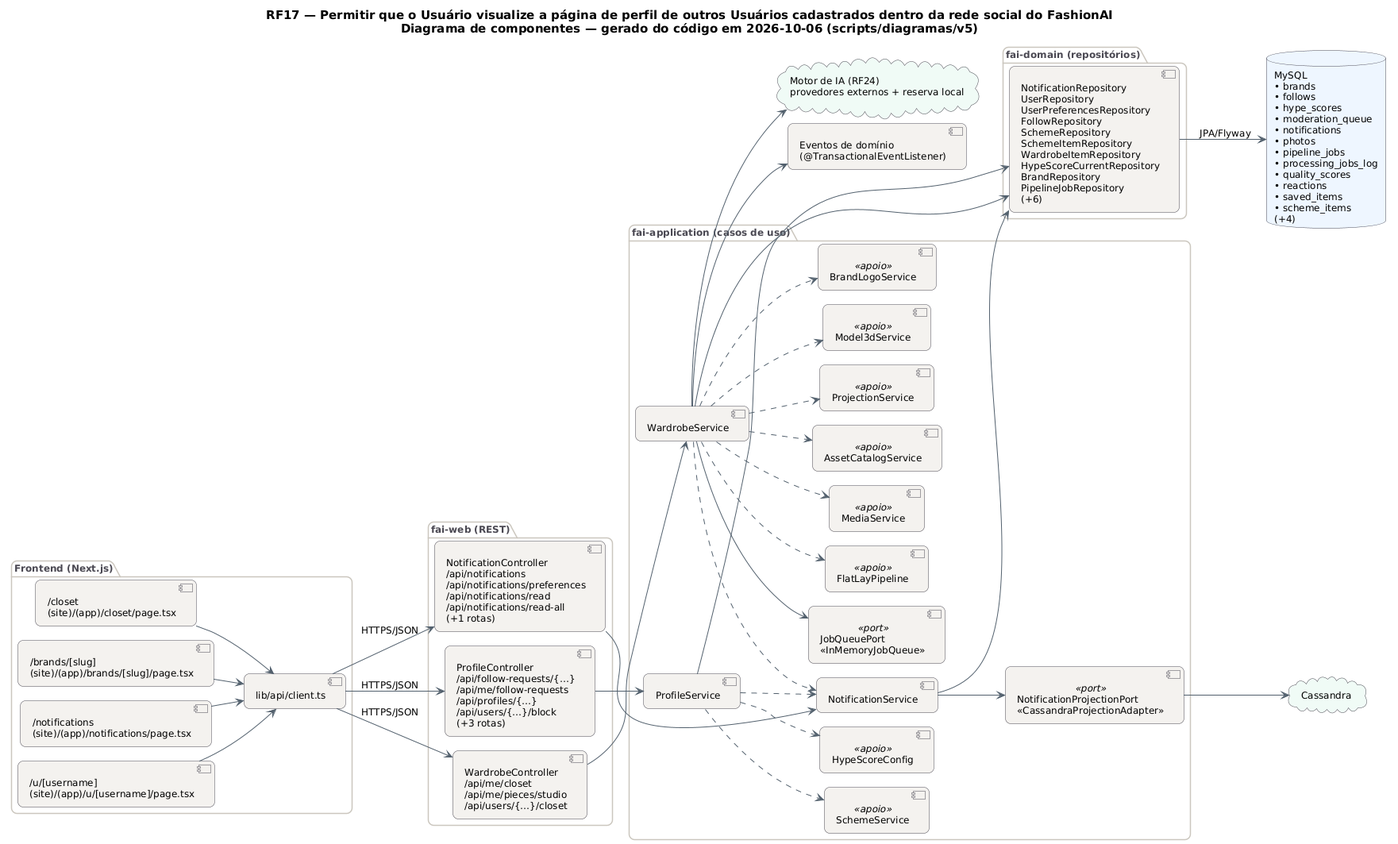
Above: docs/diagramas/RF17/RF17_Componentes.png in MatheusHaliski/tcc-2026-fashion-ai-backend (PlantUML), before the change. Source of this version:
```plantuml
@startuml RF17_Componentes
!pragma layout smetana
skinparam backgroundColor #FFFFFF
skinparam shadowing false
skinparam defaultFontName "DejaVu Sans"
skinparam defaultFontSize 12
skinparam titleFontSize 15
skinparam roundcorner 14
skinparam ArrowColor #52606D
skinparam note {
  BackgroundColor #FFFDEB
  BorderColor #D8CE78
  FontColor #554F24
}
skinparam component {
  BackgroundColor #F4F2EF
  BorderColor #4A4852
}
skinparam package {
  BorderColor #CBC6BE
  FontColor #4A4852
}
skinparam database {
  BackgroundColor #EEF6FF
  BorderColor #4A4852
}
skinparam cloud {
  BackgroundColor #F0FBF6
  BorderColor #4A4852
}
left to right direction
title RF17 — Permitir que o Usuário visualize a página de perfil de outros Usuários cadastrados dentro da rede social do FashionAI\nDiagrama de componentes — gerado do código em 2026-10-06 (scripts/diagramas/v5)

package "Frontend (Next.js)" {
  component "/closet\n(site)/(app)/closet/page.tsx" as FE0
  component "/brands/[slug]\n(site)/(app)/brands/[slug]/page.tsx" as FE1
  component "/notifications\n(site)/(app)/notifications/page.tsx" as FE2
  component "/u/[username]\n(site)/(app)/u/[username]/page.tsx" as FE3
  component "lib/api/client.ts" as APIC
}
package "fai-web (REST)" {
  component "NotificationController\n/api/notifications\n/api/notifications/preferences\n/api/notifications/read\n/api/notifications/read-all\n(+1 rotas)" as NotificationController
  component "ProfileController\n/api/follow-requests/{…}\n/api/me/follow-requests\n/api/profiles/{…}\n/api/users/{…}/block\n(+3 rotas)" as ProfileController
  component "WardrobeController\n/api/me/closet\n/api/me/pieces/studio\n/api/users/{…}/closet" as WardrobeController
}
package "fai-application (casos de uso)" {
  component "NotificationService" as NotificationService
  component "ProfileService" as ProfileService
  component "WardrobeService" as WardrobeService
  component "SchemeService" as SchemeService <<apoio>>
  component "HypeScoreConfig" as HypeScoreConfig <<apoio>>
  component "FlatLayPipeline" as FlatLayPipeline <<apoio>>
  component "MediaService" as MediaService <<apoio>>
  component "AssetCatalogService" as AssetCatalogService <<apoio>>
  component "ProjectionService" as ProjectionService <<apoio>>
  component "Model3dService" as Model3dService <<apoio>>
  component "BrandLogoService" as BrandLogoService <<apoio>>
  component "NotificationProjectionPort\n«CassandraProjectionAdapter»" as NotificationProjectionPort <<port>>
  component "JobQueuePort\n«InMemoryJobQueue»" as JobQueuePort <<port>>
}
package "fai-domain (repositórios)" {
  component "NotificationRepository\nUserRepository\nUserPreferencesRepository\nFollowRepository\nSchemeRepository\nSchemeItemRepository\nWardrobeItemRepository\nHypeScoreCurrentRepository\nBrandRepository\nPipelineJobRepository\n(+6)" as REPO_MySQL
}
database "MySQL\n• brands\n• follows\n• hype_scores\n• moderation_queue\n• notifications\n• photos\n• pipeline_jobs\n• processing_jobs_log\n• quality_scores\n• reactions\n• saved_items\n• scheme_items\n(+4)" as DB_MySQL
cloud "Motor de IA (RF24)\nprovedores externos + reserva local" as AI
component "Eventos de domínio\n(@TransactionalEventListener)" as EV
cloud "Cassandra" as CL_Cassandra
APIC --> NotificationController : HTTPS/JSON
APIC --> ProfileController : HTTPS/JSON
APIC --> WardrobeController : HTTPS/JSON
FE0 --> APIC
FE1 --> APIC
FE2 --> APIC
FE3 --> APIC
NotificationController --> NotificationService
NotificationProjectionPort --> CL_Cassandra
NotificationService --> NotificationProjectionPort
NotificationService --> REPO_MySQL
ProfileController --> ProfileService
ProfileService --> REPO_MySQL
ProfileService ..> HypeScoreConfig
ProfileService ..> NotificationService
ProfileService ..> SchemeService
REPO_MySQL --> DB_MySQL : JPA/Flyway
WardrobeController --> WardrobeService
WardrobeService --> AI
WardrobeService --> EV
WardrobeService --> JobQueuePort
WardrobeService --> REPO_MySQL
WardrobeService ..> AssetCatalogService
WardrobeService ..> BrandLogoService
WardrobeService ..> FlatLayPipeline
WardrobeService ..> MediaService
WardrobeService ..> Model3dService
WardrobeService ..> NotificationService
WardrobeService ..> ProjectionService
@enduml
```
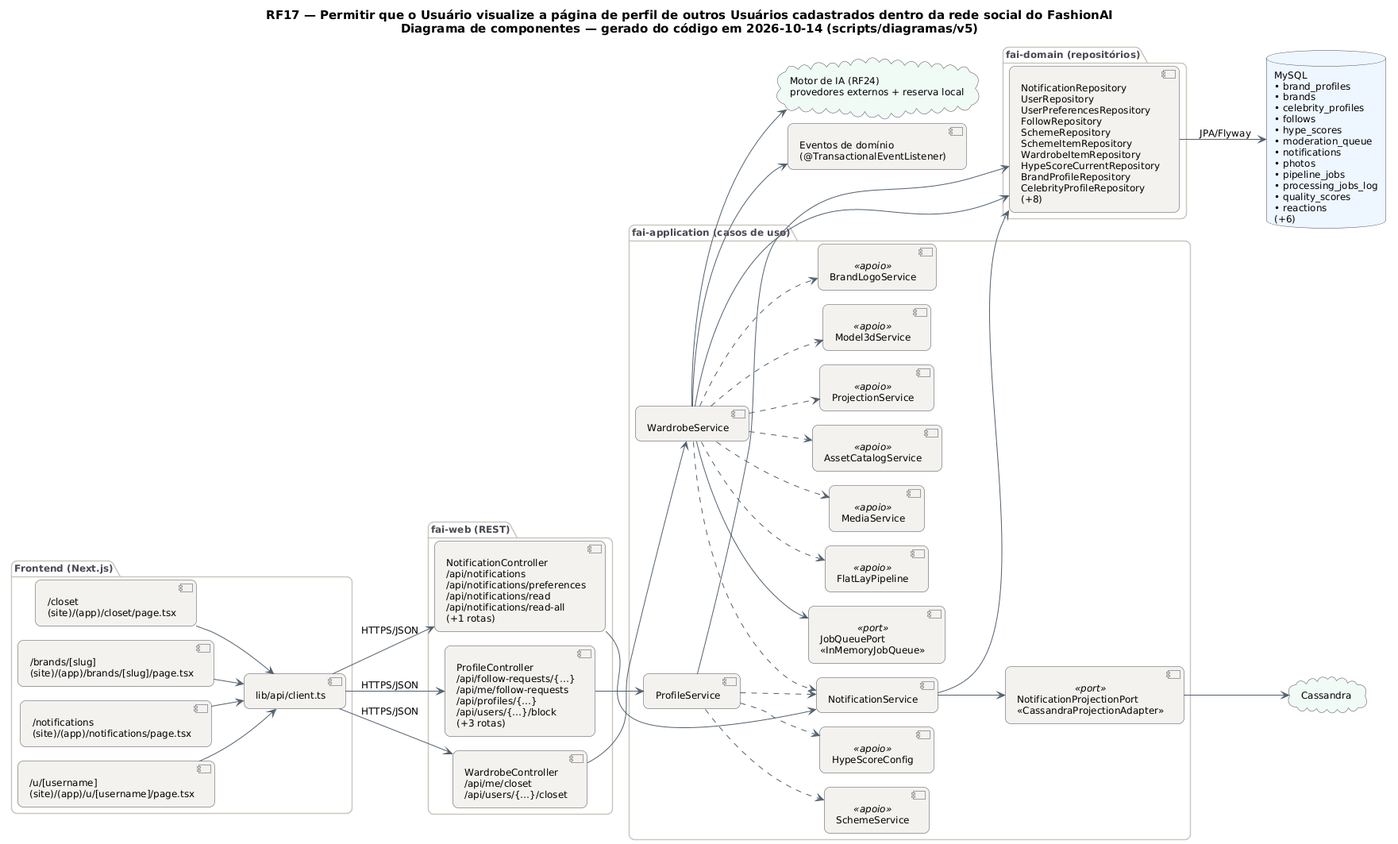
Above is the later version.

Change to the diagram source:
```diff
@@ -29,7 +29,7 @@
   BorderColor #4A4852
 }
 left to right direction
-title RF17 — Permitir que o Usuário visualize a página de perfil de outros Usuários cadastrados dentro da rede social do FashionAI\nDiagrama de componentes — gerado do código em 2026-10-06 (scripts/diagramas/v5)
+title RF17 — Permitir que o Usuário visualize a página de perfil de outros Usuários cadastrados dentro da rede social do FashionAI\nDiagrama de componentes — gerado do código em 2026-10-14 (scripts/diagramas/v5)
 
 package "Frontend (Next.js)" {
   component "/closet\n(site)/(app)/closet/page.tsx" as FE0
@@ -41,7 +41,7 @@
 package "fai-web (REST)" {
   component "NotificationController\n/api/notifications\n/api/notifications/preferences\n/api/notifications/read\n/api/notifications/read-all\n(+1 rotas)" as NotificationController
   component "ProfileController\n/api/follow-requests/{…}\n/api/me/follow-requests\n/api/profiles/{…}\n/api/users/{…}/block\n(+3 rotas)" as ProfileController
-  component "WardrobeController\n/api/me/closet\n/api/me/pieces/studio\n/api/users/{…}/closet" as WardrobeController
+  component "WardrobeController\n/api/me/closet\n/api/users/{…}/closet" as WardrobeController
 }
 package "fai-application (casos de uso)" {
   component "NotificationService" as NotificationService
@@ -59,9 +59,9 @@
   component "JobQueuePort\n«InMemoryJobQueue»" as JobQueuePort <<port>>
 }
 package "fai-domain (repositórios)" {
-  component "NotificationRepository\nUserRepository\nUserPreferencesRepository\nFollowRepository\nSchemeRepository\nSchemeItemRepository\nWardrobeItemRepository\nHypeScoreCurrentRepository\nBrandRepository\nPipelineJobRepository\n(+6)" as REPO_MySQL
+  component "NotificationRepository\nUserRepository\nUserPreferencesRepository\nFollowRepository\nSchemeRepository\nSchemeItemRepository\nWardrobeItemRepository\nHypeScoreCurrentRepository\nBrandProfileRepository\nCelebrityProfileRepository\n(+8)" as REPO_MySQL
 }
-database "MySQL\n• brands\n• follows\n• hype_scores\n• moderation_queue\n• notifications\n• photos\n• pipeline_jobs\n• processing_jobs_log\n• quality_scores\n• reactions\n• saved_items\n• scheme_items\n(+4)" as DB_MySQL
+database "MySQL\n• brand_profiles\n• brands\n• celebrity_profiles\n• follows\n• hype_scores\n• moderation_queue\n• notifications\n• photos\n• pipeline_jobs\n• processing_jobs_log\n• quality_scores\n• reactions\n(+6)" as DB_MySQL
 cloud "Motor de IA (RF24)\nprovedores externos + reserva local" as AI
 component "Eventos de domínio\n(@TransactionalEventListener)" as EV
 cloud "Cassandra" as CL_Cassandra
```
